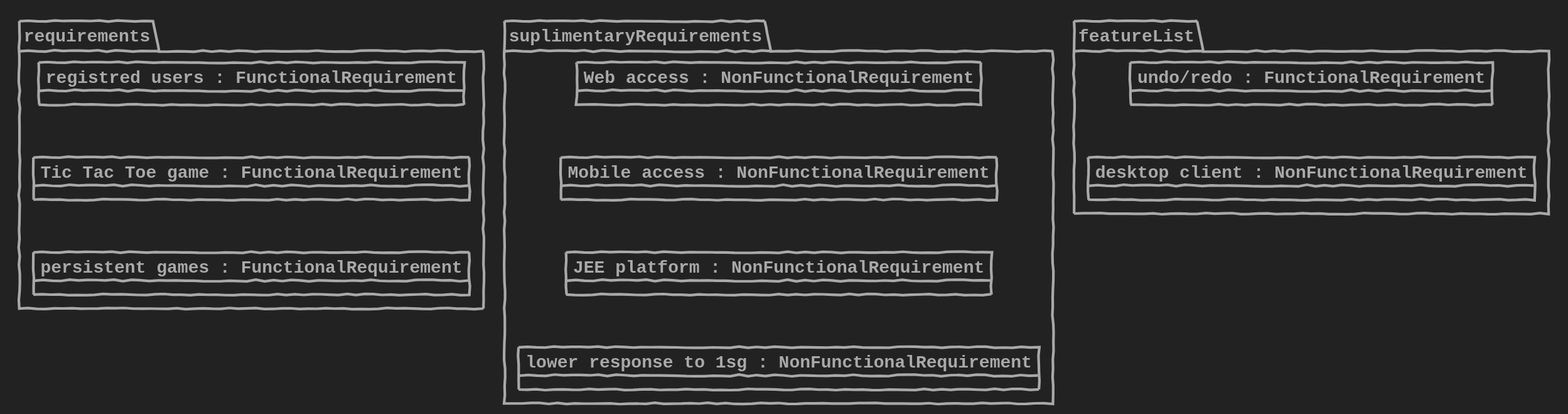
Earlier version of the PlantUML export USantaTecla/5-rup/1-requisitos/images/EncontrarActoresCasosDeUso3.svg (USantaTecla-0-general/3-publicaciones). Its diagram source:
```plantuml
@startuml
skinparam backgroundColor #222222
skinparam handwritten true
hide circle
hide stereotype
skinparam shadowing false
skinparam padding 1
skinparam arrow {
    Thickness 2
    Color #DarkGrey
    FontSize 20
    FontName courier
    FontStyle normal
    FontColor #DarkGrey
}
skinparam object {
    BorderThickness 3
    BorderColor #DarkGrey
    BackgroundColor #222222
    FontSize 20
    FontName courier
    FontStyle bold
    FontColor #DarkGrey
}
skinparam package {
    BorderThickness 3
    BorderColor #DarkGrey
    BackgroundColor #222222
    FontSize 20
    FontName courier
    FontStyle bold
}
skinparam default {
    BorderColor #DarkGrey
    FontSize 20
    FontName courier
    FontStyle normal
    FontColor #DarkGrey
}
package requirements {
object "registred users : FunctionalRequirement" as registred
object "Tic Tac Toe game : FunctionalRequirement" as ticTacToe
object "persistent games : FunctionalRequirement" as persistent
}
registred -[hidden]- ticTacToe
ticTacToe -[hidden]- persistent

package suplimentaryRequirements {
object "Web access : NonFunctionalRequirement" as web
object "Mobile access : NonFunctionalRequirement" as mobile
object "JEE platform : NonFunctionalRequirement" as JEE
object "lower response to 1sg : NonFunctionalRequirement" as lower
}

web -[hidden]- mobile
mobile -[hidden]- JEE
JEE -[hidden]- lower

package featureList {
object "undo/redo : FunctionalRequirement" as undoRedo
object "desktop client : NonFunctionalRequirement" as desktop
}
undoRedo -[hidden]- desktop
@enduml
```
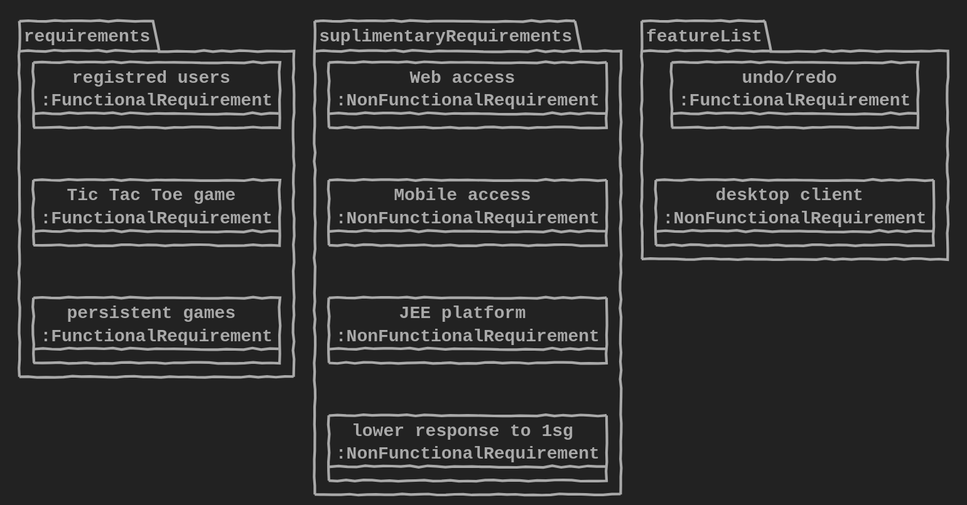
After the change.

Diff of the diagram source:
```diff
@@ -38,18 +38,18 @@
     FontColor #DarkGrey
 }
 package requirements {
-object "registred users : FunctionalRequirement" as registred
-object "Tic Tac Toe game : FunctionalRequirement" as ticTacToe
-object "persistent games : FunctionalRequirement" as persistent
+object "registred users \n:FunctionalRequirement" as registred
+object "Tic Tac Toe game \n:FunctionalRequirement" as ticTacToe
+object "persistent games \n:FunctionalRequirement" as persistent
 }
 registred -[hidden]- ticTacToe
 ticTacToe -[hidden]- persistent
 
 package suplimentaryRequirements {
-object "Web access : NonFunctionalRequirement" as web
-object "Mobile access : NonFunctionalRequirement" as mobile
-object "JEE platform : NonFunctionalRequirement" as JEE
-object "lower response to 1sg : NonFunctionalRequirement" as lower
+object "Web access \n:NonFunctionalRequirement" as web
+object "Mobile access \n:NonFunctionalRequirement" as mobile
+object "JEE platform \n:NonFunctionalRequirement" as JEE
+object "lower response to 1sg \n:NonFunctionalRequirement" as lower
 }
 
 web -[hidden]- mobile
@@ -57,8 +57,8 @@
 JEE -[hidden]- lower
 
 package featureList {
-object "undo/redo : FunctionalRequirement" as undoRedo
-object "desktop client : NonFunctionalRequirement" as desktop
+object "undo/redo \n:FunctionalRequirement" as undoRedo
+object "desktop client \n:NonFunctionalRequirement" as desktop
 }
 undoRedo -[hidden]- desktop
 @enduml
```
